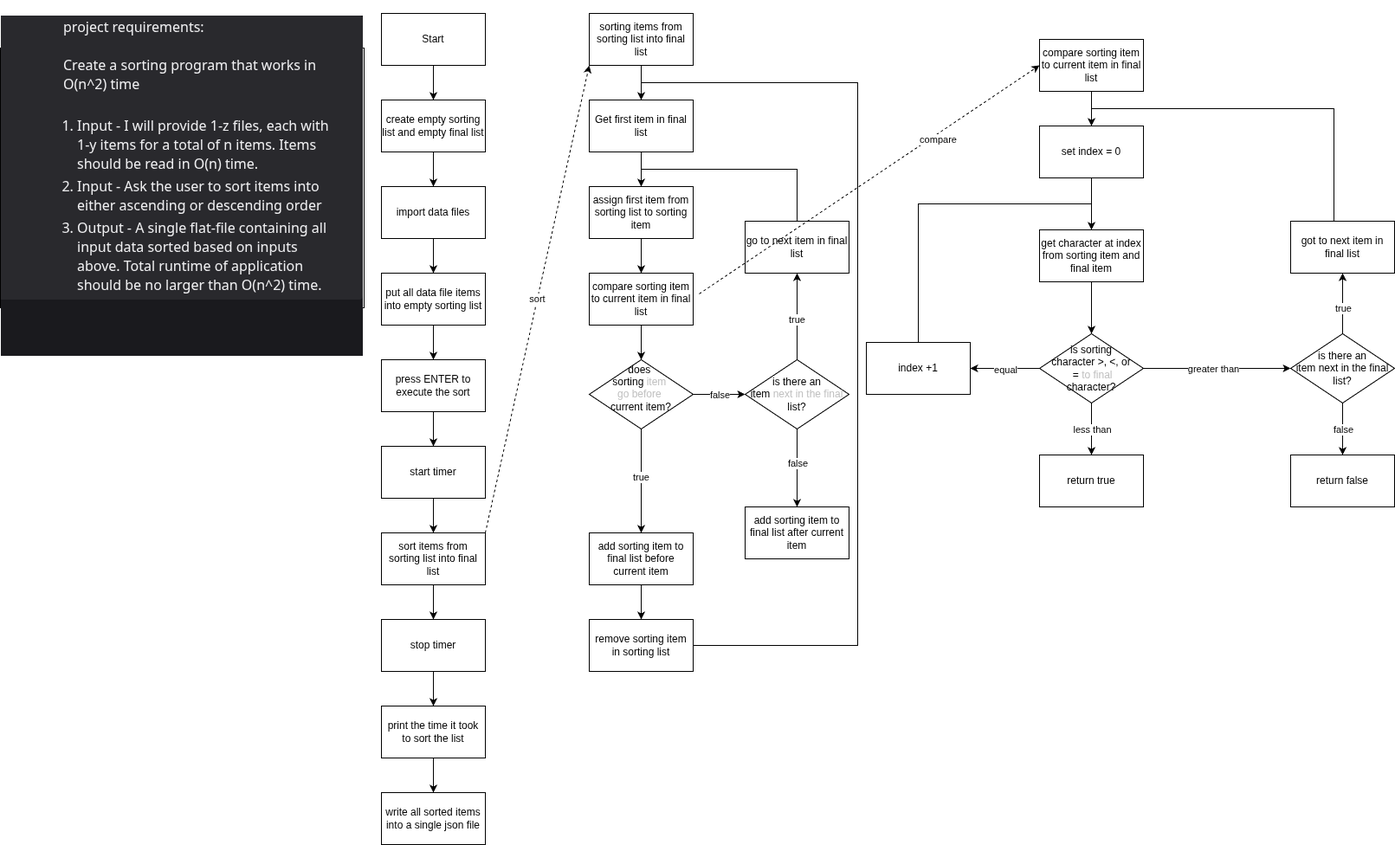
scurvybird/udemy keeps this draw.io diagram as lessons/hiru_101/src/sorting_project/docs/solution_flowchart.drawio.png. Above is the earlier version. Source tidied: cells renumbered, new cells last; positions are measured from the earlier drawing's top-left corner, leaving out a move shared by most shapes.
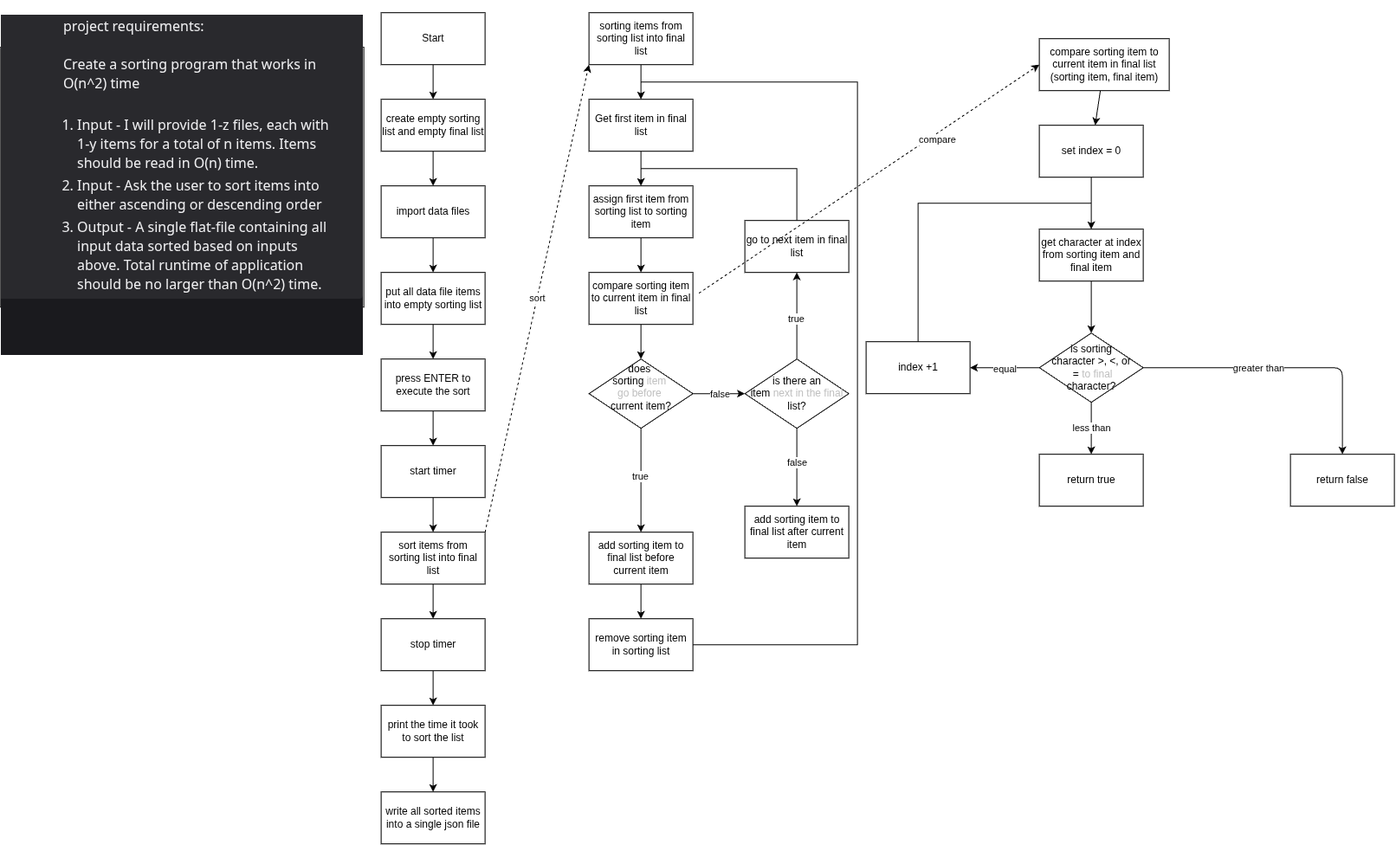
The same diagram one commit later.

Commit message:
feat: created compare function for unit testing

Diff of the diagram source:
```diff
@@ -140,8 +140,8 @@
     <mxCell id="42" style="edgeStyle=none;html=1;" parent="1" edge="1" source="43" target="45">
       <mxGeometry relative="1" as="geometry" />
     </mxCell>
-    <mxCell id="43" value="compare sorting item to current item in final list" style="rounded=0;whiteSpace=wrap;html=1;" parent="1" vertex="1">
-      <mxGeometry x="1200" y="30" width="120" height="60" as="geometry" />
+    <mxCell id="43" value="compare sorting item to current item in final list&lt;div&gt;(sorting item, final item)&lt;/div&gt;" style="rounded=0;whiteSpace=wrap;html=1;" parent="1" vertex="1">
+      <mxGeometry x="1200" y="30" width="150" height="60" as="geometry" />
     </mxCell>
     <mxCell id="44" style="edgeStyle=none;html=1;" parent="1" edge="1" source="45" target="47">
       <mxGeometry relative="1" as="geometry" />
@@ -169,7 +169,7 @@
     <mxCell id="51" value="equal" style="edgeLabel;html=1;align=center;verticalAlign=middle;" parent="50" vertex="1">
       <mxGeometry y="1" relative="1" as="geometry" />
     </mxCell>
-    <mxCell id="52" style="edgeStyle=none;html=1;" parent="1" edge="1" source="54" target="70">
+    <mxCell id="52" style="edgeStyle=orthogonalEdgeStyle;html=1;entryX=0.5;entryY=0;entryDx=0;entryDy=0;" parent="1" edge="1" source="54" target="71">
       <mxGeometry relative="1" as="geometry" />
     </mxCell>
     <mxCell id="53" value="greater than" style="edgeLabel;html=1;align=center;verticalAlign=middle;" parent="52" vertex="1">
@@ -183,17 +183,6 @@
     <mxCell id="55" value="return true" style="whiteSpace=wrap;html=1;rounded=0;" parent="1" vertex="1">
       <mxGeometry x="1200" y="510" width="120" height="60" as="geometry" />
     </mxCell>
-    <mxCell id="56" style="edgeStyle=orthogonalEdgeStyle;html=1;exitX=0.5;exitY=0;exitDx=0;exitDy=0;entryX=0.5;entryY=0;entryDx=0;entryDy=0;rounded=0;curved=0;" parent="1" edge="1" source="57" target="45">
-      <mxGeometry relative="1" as="geometry">
-        <Array as="points">
-          <mxPoint x="1540" y="110" />
-          <mxPoint x="1260" y="110" />
-        </Array>
-      </mxGeometry>
-    </mxCell>
-    <mxCell id="57" value="got to next item in final list" style="whiteSpace=wrap;html=1;rounded=0;" parent="1" vertex="1">
-      <mxGeometry x="1490" y="240" width="120" height="60" as="geometry" />
-    </mxCell>
     <mxCell id="58" style="edgeStyle=orthogonalEdgeStyle;html=1;exitX=0.5;exitY=0;exitDx=0;exitDy=0;entryX=0.5;entryY=0;entryDx=0;entryDy=0;rounded=0;curved=0;" parent="1" edge="1" source="59" target="47">
       <mxGeometry relative="1" as="geometry">
         <Array as="points">
@@ -225,23 +214,6 @@
     <mxCell id="65" value="add sorting item to final list after current item" style="whiteSpace=wrap;html=1;rounded=0;" parent="1" vertex="1">
       <mxGeometry x="860" y="570" width="120" height="60" as="geometry" />
     </mxCell>
-    <mxCell id="66" style="edgeStyle=none;html=1;" parent="1" edge="1" source="70" target="57">
-      <mxGeometry relative="1" as="geometry" />
-    </mxCell>
-    <mxCell id="67" value="true" style="edgeLabel;html=1;align=center;verticalAlign=middle;" parent="66" vertex="1">
-      <mxGeometry x="-0.13" relative="1" as="geometry" />
-    </mxCell>
-    <mxCell id="68" style="edgeStyle=none;html=1;" parent="1" edge="1" source="70" target="71">
-      <mxGeometry relative="1" as="geometry" />
-    </mxCell>
-    <mxCell id="69" value="false" style="edgeLabel;html=1;align=center;verticalAlign=middle;" parent="68" vertex="1">
-      <mxGeometry x="-0.25" y="2" relative="1" as="geometry">
-        <mxPoint x="-2" y="8" as="offset" />
-      </mxGeometry>
-    </mxCell>
-    <mxCell id="70" value="is there an&lt;div&gt;item next in the final list?&lt;/div&gt;" style="rhombus;whiteSpace=wrap;html=1;rounded=0;" parent="1" vertex="1">
-      <mxGeometry x="1490" y="370" width="120" height="80" as="geometry" />
-    </mxCell>
     <mxCell id="71" value="return false" style="whiteSpace=wrap;html=1;rounded=0;" parent="1" vertex="1">
       <mxGeometry x="1490" y="510" width="120" height="60" as="geometry" />
     </mxCell>
```
